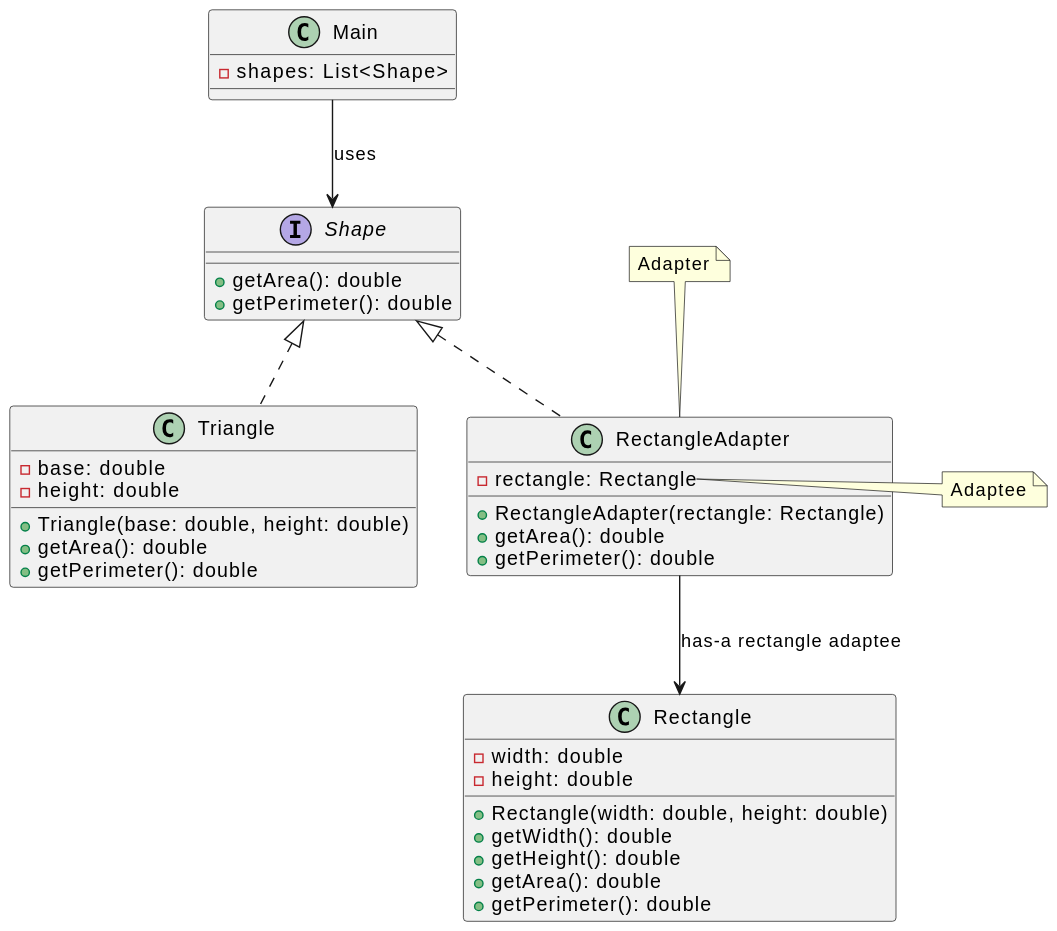
The PlantUML diagram Adapter/class-diagram.svg in miguelarian/design-patterns, before a commit.
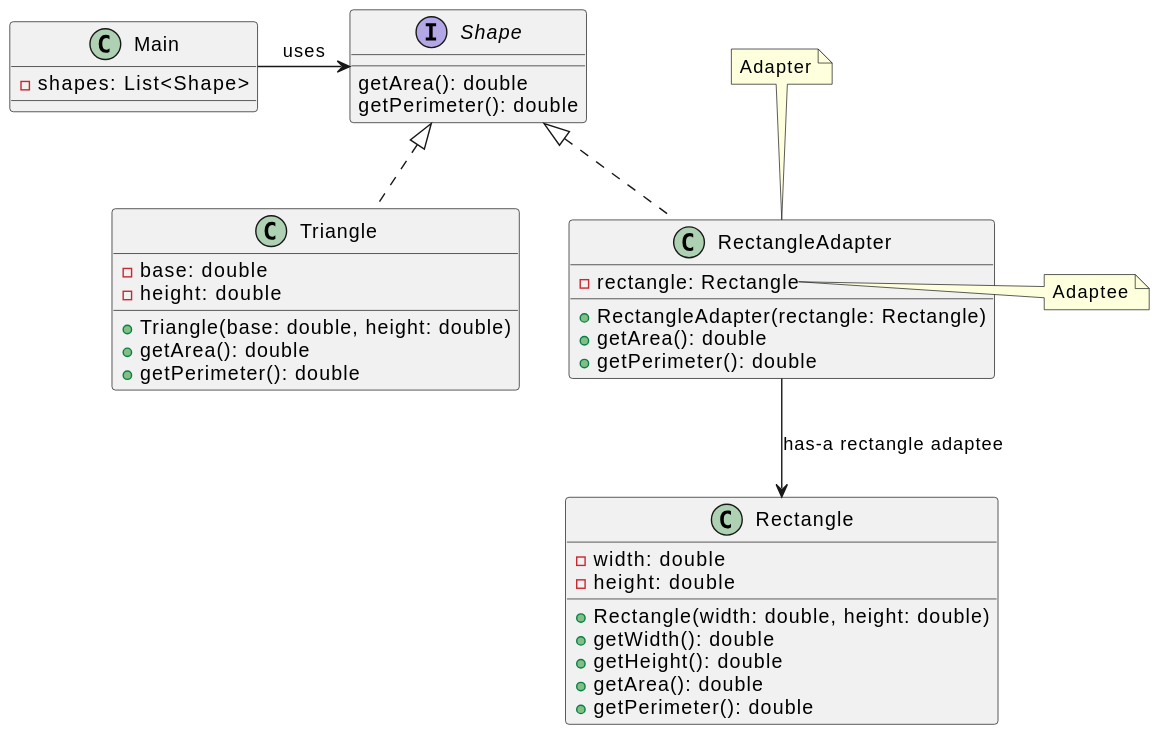
The same diagram one commit later.

Commit message:
fix interface and relocate items

Diff of the diagram source:
```diff
@@ -1,7 +1,7 @@
 @startuml
 interface Shape {
-    + getArea(): double
-    + getPerimeter(): double
+    getArea(): double
+    getPerimeter(): double
 }
 class Triangle implements Shape {
     - base: double
@@ -33,5 +33,5 @@
     - shapes: List<Shape>
 }
 RectangleAdapter --> Rectangle : "has-a rectangle adaptee"
-Main --> Shape : uses
+Main -right-> Shape : uses
 @enduml
```
